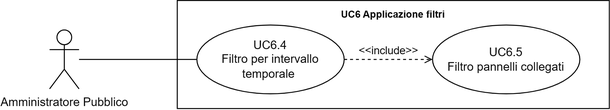
This is src/3_PB/AnalisiDeiRequisiti/assets/UML/UC6.4_Filtro-per-intervallo-temporale.png from SWATEngineering/Docs, a draw.io export, as it was before one commit. Source tidied: cells renumbered, new cells last; positions are measured from the earlier drawing's top-left corner, leaving out a move shared by most shapes. The source it was exported from:
```xml
<mxGraphModel>
  <root>
    <mxCell id="0" />
    <mxCell id="1" parent="0" />
    <mxCell id="2" value="Amministratore Pubblico" style="shape=umlActor;verticalLabelPosition=bottom;verticalAlign=top;html=1;outlineConnect=0;" parent="1" vertex="1">
      <mxGeometry y="30" width="30" height="60" as="geometry" />
    </mxCell>
    <mxCell id="3" value="&lt;b style=&quot;border-color: var(--border-color); font-size: 10px;&quot;&gt;UC6 Applicazione filtri&lt;/b&gt;" style="shape=rect;html=1;verticalAlign=top;fontStyle=1;whiteSpace=wrap;align=center;" parent="1" vertex="1">
      <mxGeometry x="130" width="440" height="110" as="geometry" />
    </mxCell>
    <mxCell id="4" value="UC6.4&lt;br&gt;Filtro per intervallo temporale&amp;nbsp;" style="ellipse;whiteSpace=wrap;html=1;" parent="1" vertex="1">
      <mxGeometry x="150" y="25" width="150" height="70" as="geometry" />
    </mxCell>
    <mxCell id="5" style="edgeStyle=none;html=1;endArrow=none;verticalAlign=bottom;rounded=0;" parent="1" edge="1" source="2" target="4">
      <mxGeometry relative="1" as="geometry" />
    </mxCell>
    <mxCell id="6" value="UC6.5&lt;br&gt;Filtro pannelli collegati" style="ellipse;whiteSpace=wrap;html=1;" parent="1" vertex="1">
      <mxGeometry x="390" y="25" width="150" height="70" as="geometry" />
    </mxCell>
    <mxCell id="7" value="&amp;lt;&amp;lt;include&amp;gt;&amp;gt;" style="edgeStyle=none;html=1;endArrow=open;verticalAlign=bottom;dashed=1;labelBackgroundColor=none;rounded=0;" parent="1" edge="1" source="4" target="6">
      <mxGeometry relative="1" as="geometry" />
    </mxCell>
  </root>
</mxGraphModel>
```
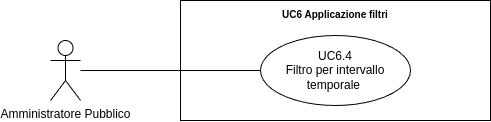
The same diagram one commit later.

The edit, as a diff of the source:
```diff
@@ -6,19 +6,13 @@
       <mxGeometry y="30" width="30" height="60" as="geometry" />
     </mxCell>
     <mxCell id="3" value="&lt;b style=&quot;border-color: var(--border-color); font-size: 10px;&quot;&gt;UC6 Applicazione filtri&lt;/b&gt;" style="shape=rect;html=1;verticalAlign=top;fontStyle=1;whiteSpace=wrap;align=center;" parent="1" vertex="1">
-      <mxGeometry x="130" width="440" height="110" as="geometry" />
+      <mxGeometry x="130" y="-10" width="310" height="120" as="geometry" />
     </mxCell>
     <mxCell id="4" value="UC6.4&lt;br&gt;Filtro per intervallo temporale&amp;nbsp;" style="ellipse;whiteSpace=wrap;html=1;" parent="1" vertex="1">
-      <mxGeometry x="150" y="25" width="150" height="70" as="geometry" />
+      <mxGeometry x="210" y="25" width="150" height="70" as="geometry" />
     </mxCell>
     <mxCell id="5" style="edgeStyle=none;html=1;endArrow=none;verticalAlign=bottom;rounded=0;" parent="1" edge="1" source="2" target="4">
       <mxGeometry relative="1" as="geometry" />
     </mxCell>
-    <mxCell id="6" value="UC6.5&lt;br&gt;Filtro pannelli collegati" style="ellipse;whiteSpace=wrap;html=1;" parent="1" vertex="1">
-      <mxGeometry x="390" y="25" width="150" height="70" as="geometry" />
-    </mxCell>
-    <mxCell id="7" value="&amp;lt;&amp;lt;include&amp;gt;&amp;gt;" style="edgeStyle=none;html=1;endArrow=open;verticalAlign=bottom;dashed=1;labelBackgroundColor=none;rounded=0;" parent="1" edge="1" source="4" target="6">
-      <mxGeometry relative="1" as="geometry" />
-    </mxCell>
   </root>
 </mxGraphModel>
```
